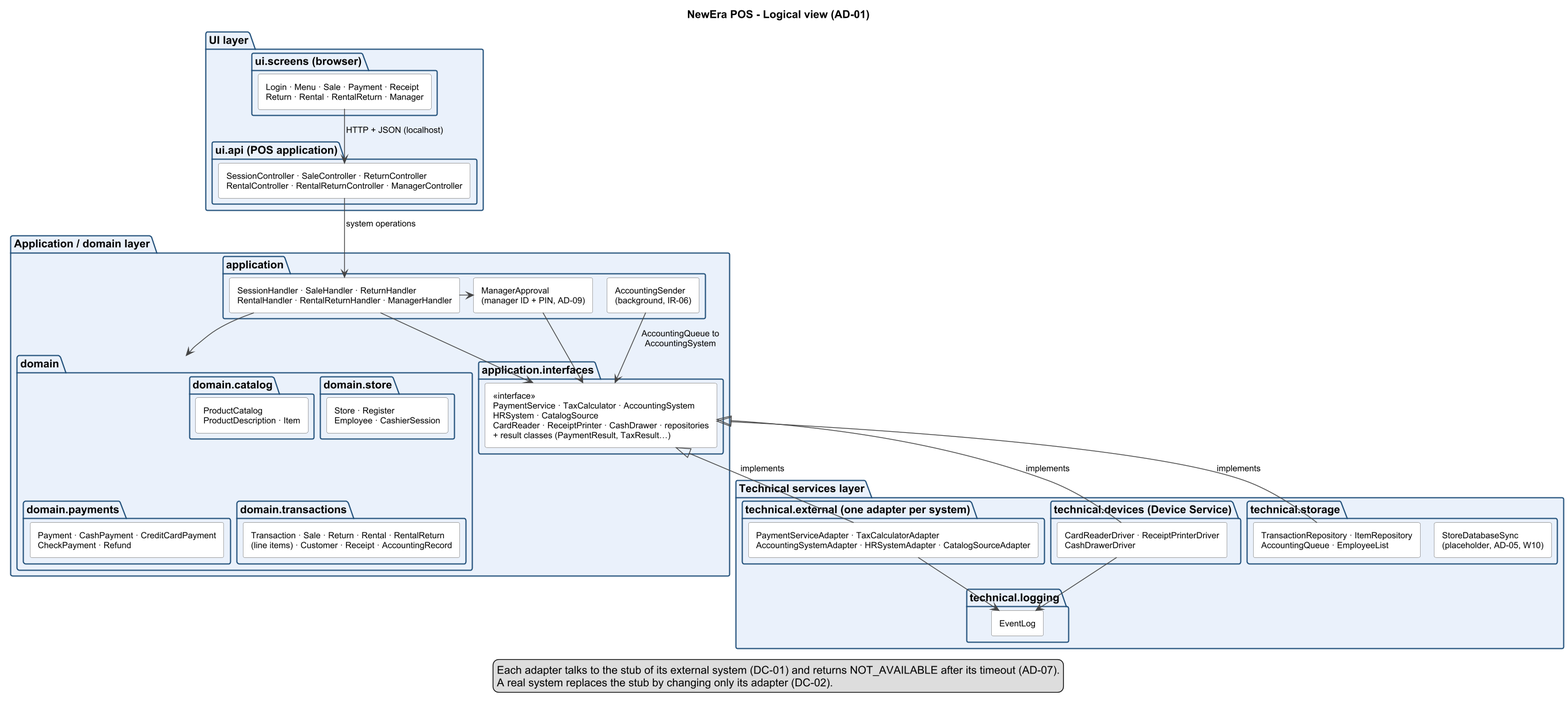
The PlantUML diagram assets/architecture_logical.png in bhsei/26D, before a commit. Source of this version:
```plantuml
@startuml

!pragma layout smetana
set separator none
top to bottom direction
skinparam shadowing false
skinparam dpi 130
skinparam defaultFontName Arial
skinparam ArrowColor #444444
skinparam ArrowFontSize 11
skinparam PackageBorderColor #1F4E79
skinparam PackageBackgroundColor #EAF1FB
skinparam RectangleBorderColor #888888
skinparam RectangleBackgroundColor #FFFFFF
skinparam RectangleFontSize 11
skinparam NoteBackgroundColor #FFF8DC
skinparam NoteBorderColor #B8A04A

title NewEra POS - Logical view (AD-01)

package "UI layer" as UI {
  package "ui.screens (browser)" as screens {
    rectangle "Login · Menu · Sale · Payment · Receipt\nReturn · Rental · RentalReturn · Manager" as Screens
  }
  package "ui.api (POS application)" as api {
    rectangle "SessionController · SaleController · ReturnController\nRentalController · RentalReturnController · ManagerController" as Controllers
  }
}

package "Application / domain layer" as APP {
  package "application" as application {
    rectangle "SessionHandler · SaleHandler · ReturnHandler\nRentalHandler · RentalReturnHandler · ManagerHandler" as Handlers
    rectangle "ManagerApproval\n(manager ID + PIN, AD-09)" as Approval
    rectangle "AccountingSender\n(background, IR-06)" as Sender
  }
  package "application.interfaces" as interfaces {
    rectangle "<<interface>>\nPaymentService · TaxCalculator · AccountingSystem\nHRSystem · CatalogSource\nCardReader · ReceiptPrinter · CashDrawer · repositories\n+ result classes (PaymentResult, TaxResult…)" as Interfaces
  }
  package "domain" as domain {
    package "domain.store" as dstore {
      rectangle "Store · Register\nEmployee · CashierSession" as DStore
    }
    package "domain.catalog" as dcatalog {
      rectangle "ProductCatalog\nProductDescription · Item" as DCatalog
    }
    package "domain.transactions" as dtrans {
      rectangle "Transaction · Sale · Return · Rental · RentalReturn\n(line items) · Customer · Receipt · AccountingRecord" as DTrans
    }
    package "domain.payments" as dpay {
      rectangle "Payment · CashPayment · CreditCardPayment\nCheckPayment · Refund" as DPay
    }
  }
}

package "Technical services layer" as TECH {
  package "technical.external (one adapter per system)" as external {
    rectangle "PaymentServiceAdapter · TaxCalculatorAdapter\nAccountingSystemAdapter · HRSystemAdapter · CatalogSourceAdapter" as Adapters
  }
  package "technical.devices (Device Service)" as devices {
    rectangle "CardReaderDriver · ReceiptPrinterDriver\nCashDrawerDriver" as Drivers
  }
  package "technical.storage" as storage {
    rectangle "TransactionRepository · ItemRepository\nAccountingQueue · EmployeeList" as Repos
    rectangle "StoreDatabaseSync\n(placeholder, AD-05, W10)" as Sync
  }
  package "technical.logging" as logging {
    rectangle "EventLog" as Log
  }
}

Screens -down-> Controllers : HTTP + JSON (localhost)
Controllers -down-> Handlers : system operations
Handlers -down-> domain
Handlers -down-> Interfaces
Handlers -right-> Approval
Approval -down-> Interfaces
Sender -down-> Interfaces : AccountingQueue to\nAccountingSystem
DStore -[hidden]right- DCatalog
DTrans -[hidden]right- DPay
DStore -[hidden]down- DTrans
Repos -[hidden]right- Sync
Adapters -up-|> Interfaces : implements
Drivers -up-|> Interfaces : implements
Repos -up-|> Interfaces : implements
Adapters -down-> Log
Drivers -down-> Log

legend bottom
  Each adapter talks to the stub of its external system (DC-01) and returns NOT_AVAILABLE after its timeout (AD-07).
  A real system replaces the stub by changing only its adapter (DC-02).
endlegend

@enduml
```
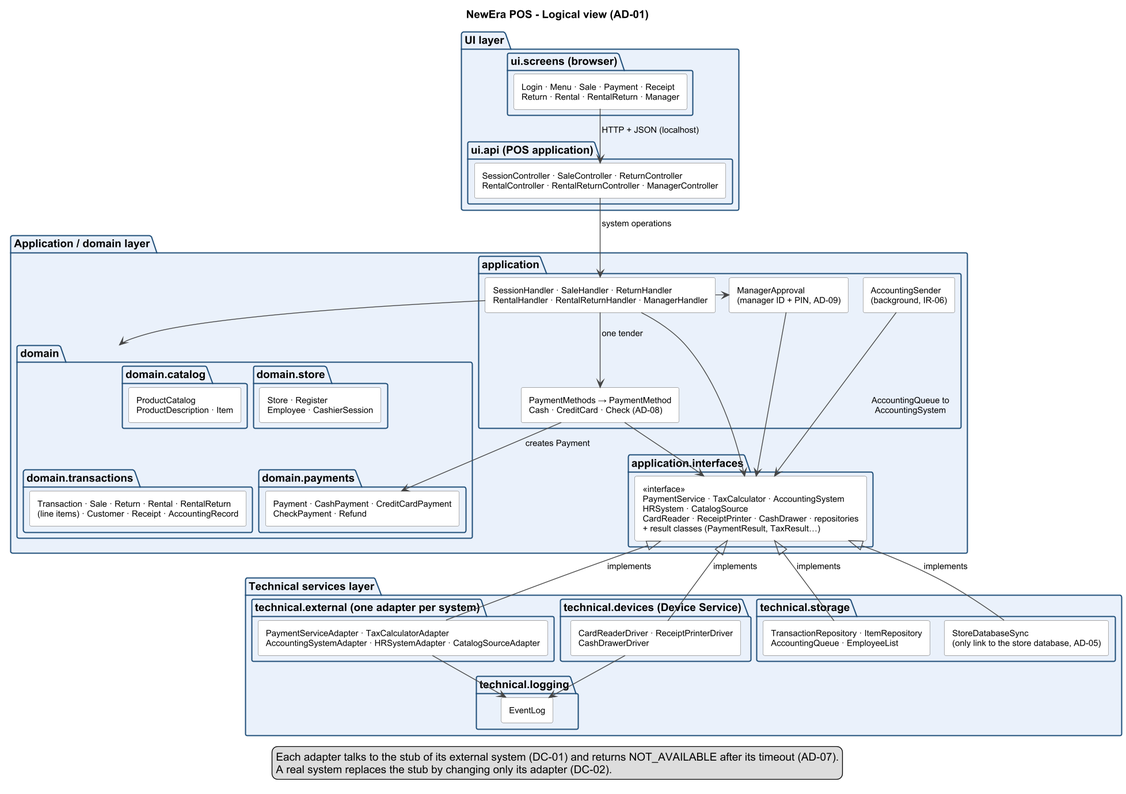
Later version of the same file.

Commit message:
W10 - Logical diagram image; StoreDatabaseSync (AD-05) and PaymentMethod classes (AD-08)

The edit, as a diff of the source:
```diff
@@ -32,6 +32,7 @@
     rectangle "SessionHandler · SaleHandler · ReturnHandler\nRentalHandler · RentalReturnHandler · ManagerHandler" as Handlers
     rectangle "ManagerApproval\n(manager ID + PIN, AD-09)" as Approval
     rectangle "AccountingSender\n(background, IR-06)" as Sender
+    rectangle "PaymentMethods → PaymentMethod\nCash · CreditCard · Check (AD-08)" as PayMethods
   }
   package "application.interfaces" as interfaces {
     rectangle "<<interface>>\nPaymentService · TaxCalculator · AccountingSystem\nHRSystem · CatalogSource\nCardReader · ReceiptPrinter · CashDrawer · repositories\n+ result classes (PaymentResult, TaxResult…)" as Interfaces
@@ -61,7 +62,7 @@
   }
   package "technical.storage" as storage {
     rectangle "TransactionRepository · ItemRepository\nAccountingQueue · EmployeeList" as Repos
-    rectangle "StoreDatabaseSync\n(placeholder, AD-05, W10)" as Sync
+    rectangle "StoreDatabaseSync\n(only link to the store database, AD-05)" as Sync
   }
   package "technical.logging" as logging {
     rectangle "EventLog" as Log
@@ -75,6 +76,9 @@
 Handlers -right-> Approval
 Approval -down-> Interfaces
 Sender -down-> Interfaces : AccountingQueue to\nAccountingSystem
+Handlers -down-> PayMethods : one tender
+PayMethods -down-> Interfaces
+PayMethods -down-> DPay : creates Payment
 DStore -[hidden]right- DCatalog
 DTrans -[hidden]right- DPay
 DStore -[hidden]down- DTrans
@@ -82,6 +86,7 @@
 Adapters -up-|> Interfaces : implements
 Drivers -up-|> Interfaces : implements
 Repos -up-|> Interfaces : implements
+Sync -up-|> Interfaces : implements
 Adapters -down-> Log
 Drivers -down-> Log
 
```
